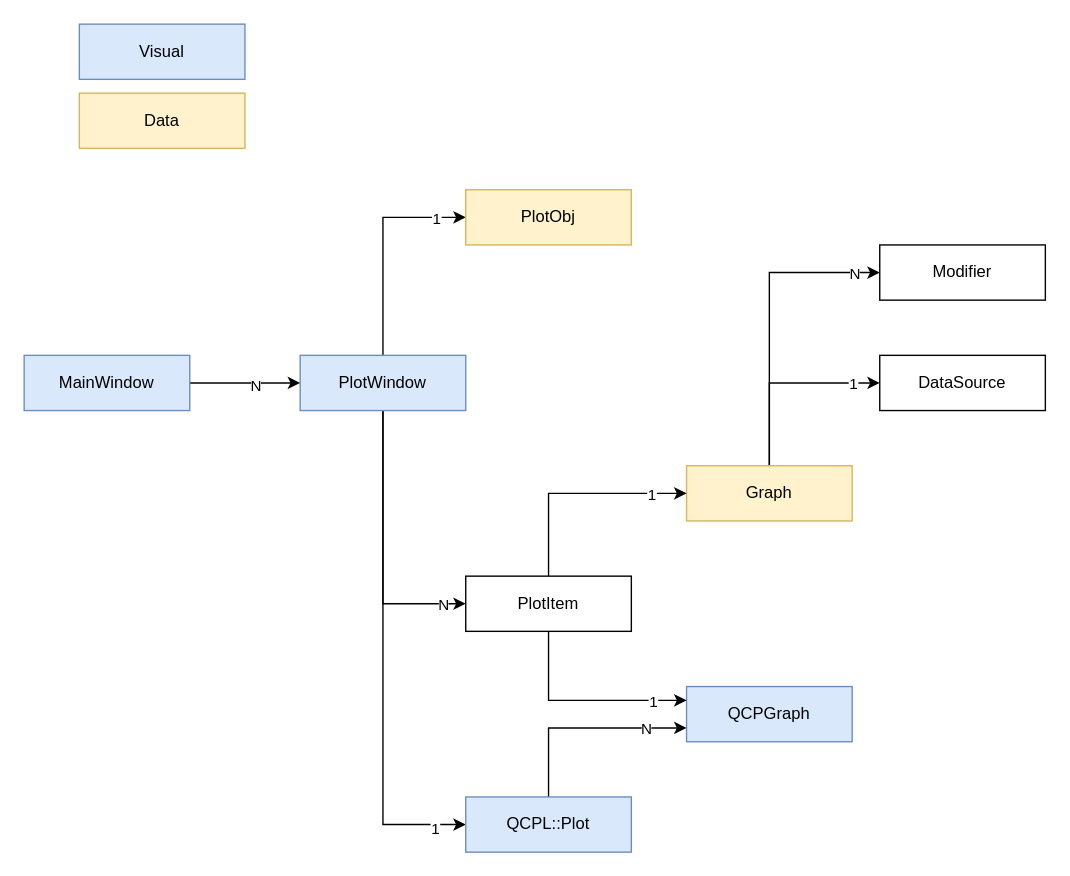
orion-project/spectrum keeps this draw.io diagram as uml/diagram.drawio. Above is the earlier version. Source tidied: cells renumbered, new cells numbered last; positions are measured from the earlier drawing's top-left corner, leaving out a move shared by most shapes. Both pictures are drawn from the tidied source at 138%, with x=0, y=0 at pixel (23, 23).
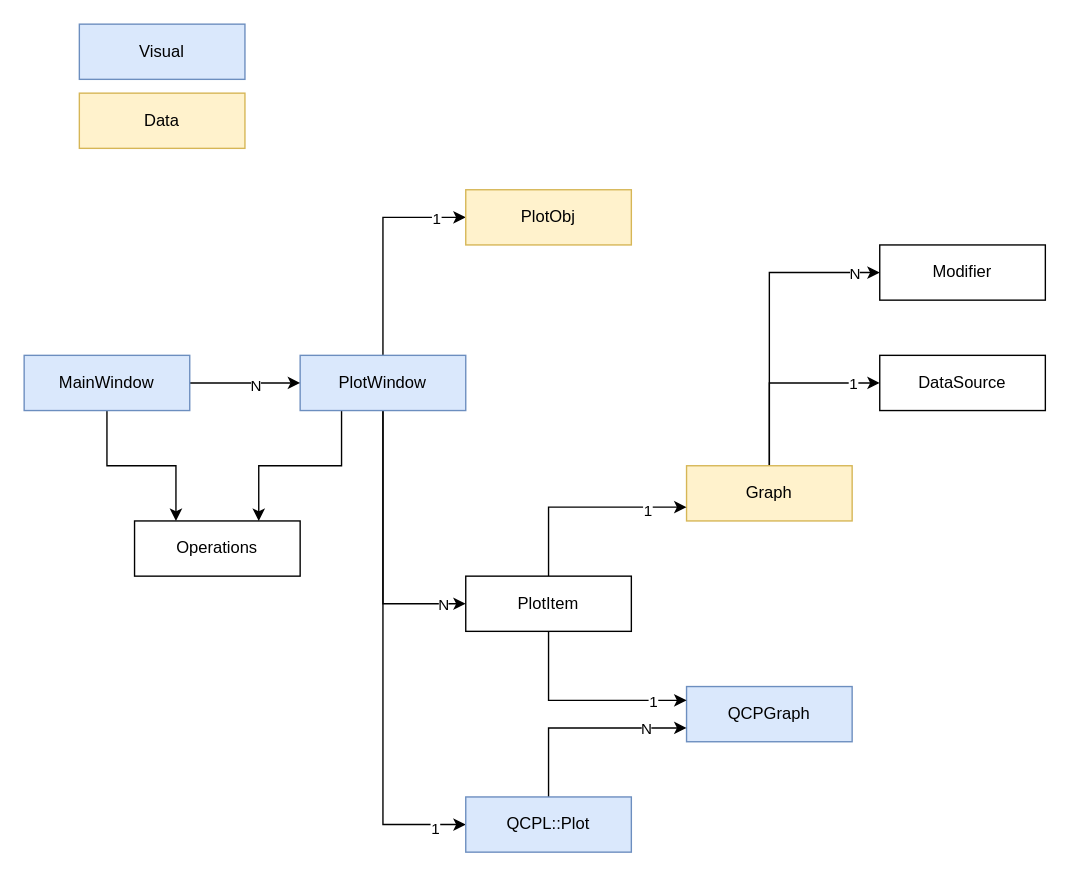
The same page after the edit.

The change refers to these unchanged cells:
```xml
<mxCell id="8" value="PlotWindow" style="rounded=0;whiteSpace=wrap;html=1;fillColor=#dae8fc;strokeColor=#6c8ebf;" parent="1" vertex="1">
  <mxGeometry x="200" y="240" width="120" height="40" as="geometry" />
</mxCell>
<mxCell id="11" value="MainWindow" style="rounded=0;whiteSpace=wrap;html=1;fillColor=#dae8fc;strokeColor=#6c8ebf;" parent="1" vertex="1">
  <mxGeometry y="240" width="120" height="40" as="geometry" />
</mxCell>
<mxCell id="17" value="Graph" style="rounded=0;whiteSpace=wrap;html=1;fillColor=#fff2cc;strokeColor=#d6b656;" parent="1" vertex="1">
  <mxGeometry x="480" y="320" width="120" height="40" as="geometry" />
</mxCell>
<mxCell id="18" value="QCPGraph" style="rounded=0;whiteSpace=wrap;html=1;fillColor=#dae8fc;strokeColor=#6c8ebf;" parent="1" vertex="1">
  <mxGeometry x="480" y="480" width="120" height="40" as="geometry" />
</mxCell>
<mxCell id="23" value="PlotItem" style="rounded=0;whiteSpace=wrap;html=1;" parent="1" vertex="1">
  <mxGeometry x="320" y="400" width="120" height="40" as="geometry" />
</mxCell>
```

The edit, as a diff of the source:
```diff
@@
+    <mxCell id="31" style="edgeStyle=orthogonalEdgeStyle;rounded=0;jettySize=auto;html=1;exitX=0.25;exitY=1;exitDx=0;exitDy=0;entryX=0.75;entryY=0;entryDx=0;entryDy=0;" parent="1" edge="1" source="8" target="33">
+      <mxGeometry relative="1" as="geometry" />
+    </mxCell>
@@
+    <mxCell id="32" style="edgeStyle=orthogonalEdgeStyle;rounded=0;jettySize=auto;html=1;exitX=0.5;exitY=1;exitDx=0;exitDy=0;entryX=0.25;entryY=0;entryDx=0;entryDy=0;" parent="1" edge="1" source="11" target="33">
+      <mxGeometry relative="1" as="geometry" />
+    </mxCell>
@@
+    <mxCell id="21" style="edgeStyle=orthogonalEdgeStyle;rounded=0;jettySize=auto;html=1;exitX=0.5;exitY=1;exitDx=0;exitDy=0;entryX=0;entryY=0.25;entryDx=0;entryDy=0;" parent="1" edge="1" source="23" target="18">
+      <mxGeometry relative="1" as="geometry" />
+    </mxCell>
+    <mxCell id="22" value="1" style="edgeLabel;html=1;align=center;verticalAlign=middle;" parent="21" vertex="1">
+      <mxGeometry x="0.67" relative="1" as="geometry" />
+    </mxCell>
-    <mxCell id="19" style="edgeStyle=orthogonalEdgeStyle;rounded=0;jettySize=auto;html=1;exitX=0.5;exitY=0;exitDx=0;exitDy=0;entryX=0;entryY=0.5;entryDx=0;entryDy=0;" parent="1" edge="1" source="23" target="17">
+    <mxCell id="19" style="edgeStyle=orthogonalEdgeStyle;rounded=0;jettySize=auto;html=1;exitX=0.5;exitY=0;exitDx=0;exitDy=0;entryX=0;entryY=0.75;entryDx=0;entryDy=0;" parent="1" edge="1" source="23" target="17">
       <mxGeometry relative="1" as="geometry" />
     </mxCell>
     <mxCell id="20" value="1" style="edgeLabel;html=1;align=center;verticalAlign=middle;" parent="19" vertex="1">
-      <mxGeometry x="0.68" relative="1" as="geometry" />
+      <mxGeometry x="0.61" y="-2" relative="1" as="geometry" />
     </mxCell>
-    <mxCell id="21" style="edgeStyle=orthogonalEdgeStyle;rounded=0;jettySize=auto;html=1;exitX=0.5;exitY=1;exitDx=0;exitDy=0;entryX=0;entryY=0.25;entryDx=0;entryDy=0;" parent="1" edge="1" source="23" target="18">
-      <mxGeometry relative="1" as="geometry" />
-    </mxCell>
-    <mxCell id="22" value="1" style="edgeLabel;html=1;align=center;verticalAlign=middle;" parent="21" vertex="1">
-      <mxGeometry x="0.67" relative="1" as="geometry" />
-    </mxCell>
@@
+    <mxCell id="33" value="Operations" style="rounded=0;whiteSpace=wrap;html=1;" parent="1" vertex="1">
+      <mxGeometry x="80" y="360" width="120" height="40" as="geometry" />
+    </mxCell>
```
